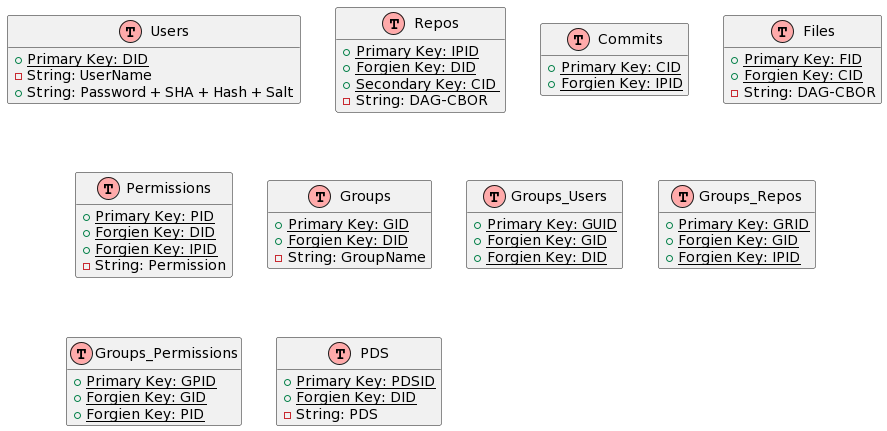
Earlier version of the PlantUML export Plantuml_DIDDATA.png (ingridarevalo/DatabaseTable).
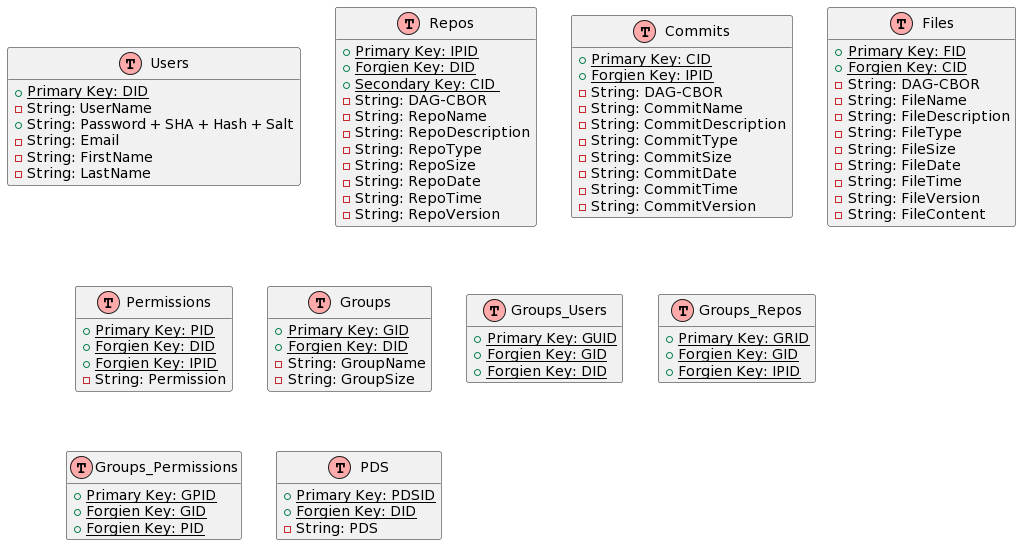
After the change.

Diff of the diagram source:
```diff
@@ -10,6 +10,9 @@
   + primary_key(DID)
   - String: UserName
   + String: Password + SHA + Hash + Salt
+  - String: Email
+  - String: FirstName
+  - String: LastName
 
 }
 table(Repos)
@@ -19,12 +22,30 @@
   + forgien_key(DID)
   + secondary_key(CID)
   - String: DAG-CBOR
+    - String: RepoName
+    - String: RepoDescription
+    - String: RepoType
+    - String: RepoSize
+    - String: RepoDate
+    - String: RepoTime
+    - String: RepoVersion
+
+
 
 }
 table(Commits)
 {
   + primary_key(CID)
   + forgien_key(IPID)
+    - String: DAG-CBOR
+    - String: CommitName
+    - String: CommitDescription
+    - String: CommitType
+    - String: CommitSize
+    - String: CommitDate
+    - String: CommitTime
+    - String: CommitVersion
+
 }
 
 table(Files)
@@ -32,6 +53,14 @@
   + primary_key(FID)
   + forgien_key(CID)
   - String: DAG-CBOR
+    - String: FileName
+    - String: FileDescription
+    - String: FileType
+    - String: FileSize
+    - String: FileDate
+    - String: FileTime
+    - String: FileVersion
+    - String: FileContent
 }
 
 table(Permissions)
@@ -40,6 +69,7 @@
   + forgien_key(DID)
   + forgien_key(IPID)
   - String: Permission
+
 }
 
 table(Groups)
@@ -47,6 +77,9 @@
   + primary_key(GID)
   + forgien_key(DID)
   - String: GroupName
+  - String: GroupSize
+
+
 }
 
 table(Groups_Users)
@@ -75,5 +108,7 @@
   + primary_key(PDSID)
   + forgien_key(DID)
   - String: PDS
+
+
 }
 @enduml
```
